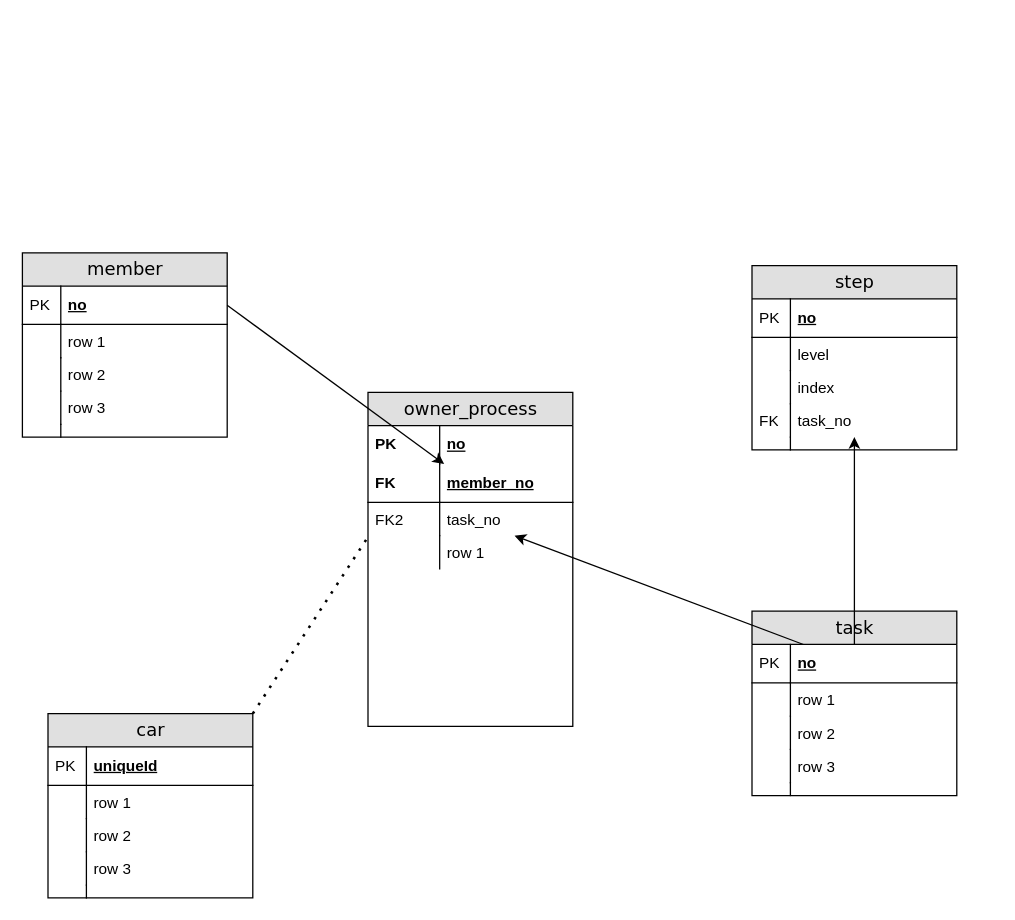
Above: 제목 없는 다이어그램.drawio in rlacoduf/draw.io (draw.io), before the change. Source tidied: cells renumbered, new cells numbered last; positions are measured from the earlier drawing's top-left corner, leaving out a move shared by most shapes. Both pictures are drawn from the tidied source at 128%, with x=0, y=0 at pixel (22, 252).
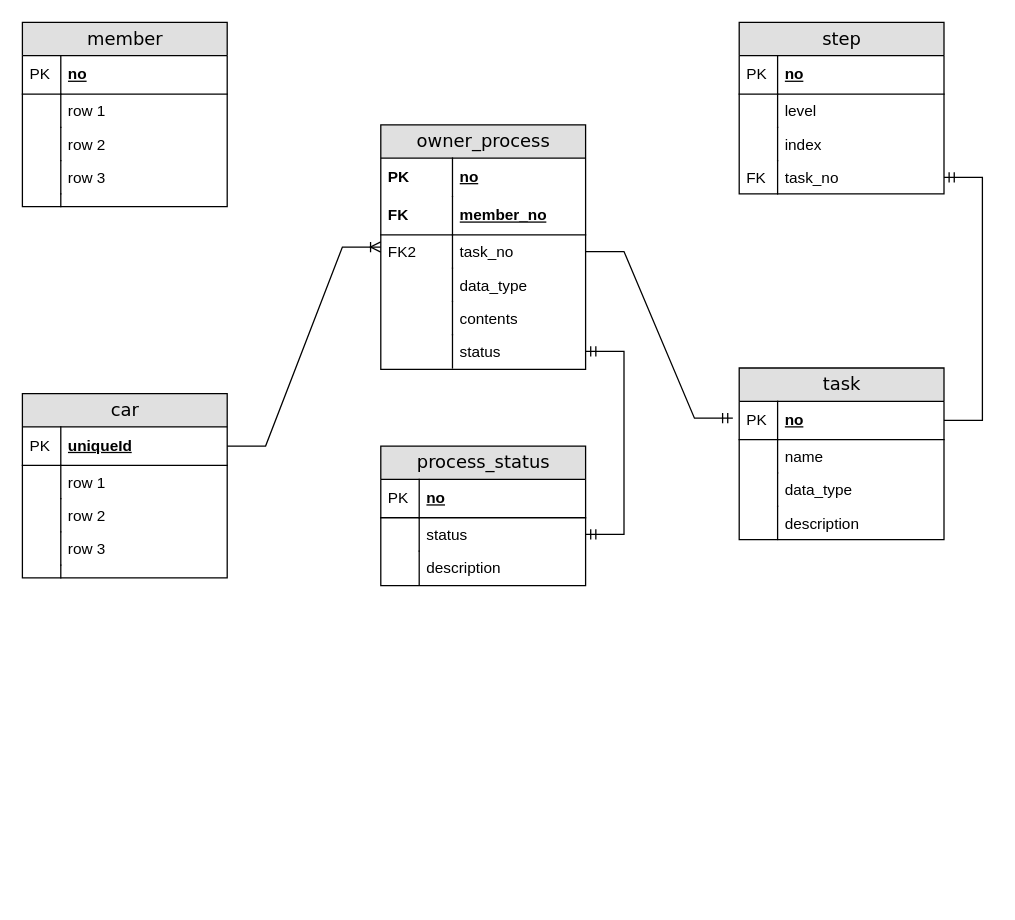
After the change.

Commit message:
제목 없는 다이어그램.drawio 업데이트

The change refers to these unchanged cells:
```xml
<mxCell id="5" value="member_no" style="shape=partialRectangle;top=0;left=0;right=0;bottom=1;html=1;align=left;verticalAlign=middle;fillColor=none;spacingLeft=60;spacingRight=4;whiteSpace=wrap;overflow=hidden;points=[[0,0.5],[1,0.5]];portConstraint=eastwest;fontStyle=5;" parent="2" vertex="1">
  <mxGeometry y="56" width="160" height="30" as="geometry" />
</mxCell>
<mxCell id="7" value="task_no" style="shape=partialRectangle;top=0;left=0;right=0;bottom=0;html=1;align=left;verticalAlign=top;fillColor=none;spacingLeft=60;spacingRight=4;whiteSpace=wrap;overflow=hidden;points=[[0,0.5],[1,0.5]];portConstraint=eastwest;" parent="2" vertex="1">
  <mxGeometry y="86" width="160" height="26" as="geometry" />
</mxCell>
<mxCell id="18" value="task_no" style="shape=partialRectangle;top=0;left=0;right=0;bottom=0;html=1;align=left;verticalAlign=top;fillColor=none;spacingLeft=34;spacingRight=4;whiteSpace=wrap;overflow=hidden;points=[[0,0.5],[1,0.5]];portConstraint=eastwest;" parent="11" vertex="1">
  <mxGeometry y="108" width="160" height="26" as="geometry" />
</mxCell>
<mxCell id="23" value="uniqueId" style="shape=partialRectangle;top=0;left=0;right=0;bottom=1;html=1;align=left;verticalAlign=middle;fillColor=none;spacingLeft=34;spacingRight=4;whiteSpace=wrap;overflow=hidden;points=[[0,0.5],[1,0.5]];portConstraint=eastwest;fontStyle=5;" parent="22" vertex="1">
  <mxGeometry y="26" width="160" height="30" as="geometry" />
</mxCell>
<mxCell id="34" value="no" style="shape=partialRectangle;top=0;left=0;right=0;bottom=1;html=1;align=left;verticalAlign=middle;fillColor=none;spacingLeft=34;spacingRight=4;whiteSpace=wrap;overflow=hidden;points=[[0,0.5],[1,0.5]];portConstraint=eastwest;fontStyle=5;" parent="33" vertex="1">
  <mxGeometry y="26" width="160" height="30" as="geometry" />
</mxCell>
<mxCell id="47" value="no" style="shape=partialRectangle;top=0;left=0;right=0;bottom=1;html=1;align=left;verticalAlign=middle;fillColor=none;spacingLeft=34;spacingRight=4;whiteSpace=wrap;overflow=hidden;points=[[0,0.5],[1,0.5]];portConstraint=eastwest;fontStyle=5;" parent="46" vertex="1">
  <mxGeometry y="26" width="160" height="30" as="geometry" />
</mxCell>
```

Change to the diagram source:
```diff
@@
     <mxCell id="2" value="owner_process" style="swimlane;html=1;fontStyle=0;horizontal=1;startSize=26;fillColor=#e0e0e0;swimlaneFillColor=#ffffff;align=center;rounded=0;shadow=0;comic=0;labelBackgroundColor=none;strokeWidth=1;fontFamily=Verdana;fontSize=14;" parent="1" vertex="1">
-      <mxGeometry x="270" y="109" width="160" height="261" as="geometry" />
+      <mxGeometry x="280" y="-100" width="160" height="191" as="geometry" />
     </mxCell>
@@
-    <mxCell id="9" value="row 1" style="shape=partialRectangle;top=0;left=0;right=0;bottom=0;html=1;align=left;verticalAlign=top;fillColor=none;spacingLeft=60;spacingRight=4;whiteSpace=wrap;overflow=hidden;" parent="2" vertex="1">
+    <mxCell id="9" value="data_type" style="shape=partialRectangle;top=0;left=0;right=0;bottom=0;html=1;align=left;verticalAlign=top;fillColor=none;spacingLeft=60;spacingRight=4;whiteSpace=wrap;overflow=hidden;" parent="2" vertex="1">
       <mxGeometry y="112" width="160" height="26" as="geometry" />
     </mxCell>
@@
+    <mxCell id="59" value="contents" style="shape=partialRectangle;top=0;left=0;right=0;bottom=0;html=1;align=left;verticalAlign=top;fillColor=none;spacingLeft=60;spacingRight=4;whiteSpace=wrap;overflow=hidden;" parent="2" vertex="1">
+      <mxGeometry y="138" width="160" height="26" as="geometry" />
+    </mxCell>
+    <mxCell id="60" style="shape=partialRectangle;top=0;left=0;bottom=0;html=1;fillColor=none;align=left;verticalAlign=top;spacingLeft=4;spacingRight=4;whiteSpace=wrap;overflow=hidden;" parent="59" vertex="1">
+      <mxGeometry width="56" height="26" as="geometry" />
+    </mxCell>
+    <mxCell id="61" value="status" style="shape=partialRectangle;top=0;left=0;right=0;bottom=0;html=1;align=left;verticalAlign=top;fillColor=none;spacingLeft=60;spacingRight=4;whiteSpace=wrap;overflow=hidden;points=[[0,0.5],[1,0.5]];portConstraint=eastwest;" parent="2" vertex="1">
+      <mxGeometry y="164" width="160" height="26" as="geometry" />
+    </mxCell>
+    <mxCell id="62" style="shape=partialRectangle;top=0;left=0;bottom=0;html=1;fillColor=none;align=left;verticalAlign=top;spacingLeft=4;spacingRight=4;whiteSpace=wrap;overflow=hidden;" parent="61" vertex="1">
+      <mxGeometry width="56" height="26" as="geometry" />
+    </mxCell>
     <mxCell id="11" value="step" style="swimlane;html=1;fontStyle=0;horizontal=1;startSize=26;fillColor=#e0e0e0;swimlaneFillColor=#ffffff;align=center;rounded=0;shadow=0;comic=0;labelBackgroundColor=none;strokeWidth=1;fontFamily=Verdana;fontSize=14;swimlaneLine=1;" parent="1" vertex="1">
-      <mxGeometry x="570" y="10" width="160" height="144" as="geometry" />
+      <mxGeometry x="560" y="-180" width="160" height="134" as="geometry" />
     </mxCell>
@@
-    <mxCell id="20" style="shape=partialRectangle;top=0;left=0;right=0;bottom=0;html=1;align=left;verticalAlign=top;fillColor=none;spacingLeft=34;spacingRight=4;whiteSpace=wrap;overflow=hidden;" parent="11" vertex="1">
-      <mxGeometry y="134" width="160" height="10" as="geometry" />
-    </mxCell>
-    <mxCell id="21" style="shape=partialRectangle;top=0;left=0;bottom=0;html=1;fillColor=none;align=left;verticalAlign=top;spacingLeft=4;spacingRight=4;whiteSpace=wrap;overflow=hidden;" parent="20" vertex="1">
-      <mxGeometry width="30" height="10" as="geometry" />
-    </mxCell>
     <mxCell id="22" value="car" style="swimlane;html=1;fontStyle=0;horizontal=1;startSize=26;fillColor=#e0e0e0;swimlaneFillColor=#ffffff;align=center;rounded=0;shadow=0;comic=0;labelBackgroundColor=none;strokeWidth=1;fontFamily=Verdana;fontSize=14;" parent="1" vertex="1">
-      <mxGeometry x="20" y="360" width="160" height="144" as="geometry" />
+      <mxGeometry y="110" width="160" height="144" as="geometry" />
     </mxCell>
@@
     <mxCell id="33" value="member" style="swimlane;html=1;fontStyle=0;horizontal=1;startSize=26;fillColor=#e0e0e0;swimlaneFillColor=#ffffff;align=center;rounded=0;shadow=0;comic=0;labelBackgroundColor=none;strokeWidth=1;fontFamily=Verdana;fontSize=14;" parent="1" vertex="1">
-      <mxGeometry width="160" height="144" as="geometry" />
+      <mxGeometry y="-180" width="160" height="144" as="geometry" />
     </mxCell>
@@
-    <mxCell id="44" style="endArrow=classic;html=1;rounded=0;exitX=1;exitY=0.5;exitDx=0;exitDy=0;" parent="1" edge="1" source="34" target="5">
-      <mxGeometry relative="1" as="geometry" />
-    </mxCell>
-    <mxCell id="45" style="endArrow=none;dashed=1;html=1;dashPattern=1 3;strokeWidth=2;rounded=0;exitX=1;exitY=0;exitDx=0;exitDy=0;entryX=0;entryY=1.038;entryDx=0;entryDy=0;entryPerimeter=0;" parent="1" edge="1" source="22">
-      <mxGeometry relative="1" as="geometry">
-        <mxPoint x="270" y="222" as="targetPoint" />
-      </mxGeometry>
-    </mxCell>
     <mxCell id="46" value="task" style="swimlane;html=1;fontStyle=0;horizontal=1;startSize=26;fillColor=#e0e0e0;swimlaneFillColor=#ffffff;align=center;rounded=0;shadow=0;comic=0;labelBackgroundColor=none;strokeWidth=1;fontFamily=Verdana;fontSize=14;swimlaneLine=1;" parent="1" vertex="1">
-      <mxGeometry x="570" y="280" width="160" height="144" as="geometry" />
+      <mxGeometry x="560" y="90" width="160" height="134" as="geometry" />
     </mxCell>
@@
-    <mxCell id="49" value="row 1" style="shape=partialRectangle;top=0;left=0;right=0;bottom=0;html=1;align=left;verticalAlign=top;fillColor=none;spacingLeft=34;spacingRight=4;whiteSpace=wrap;overflow=hidden;" parent="46" vertex="1">
+    <mxCell id="49" value="name" style="shape=partialRectangle;top=0;left=0;right=0;bottom=0;html=1;align=left;verticalAlign=top;fillColor=none;spacingLeft=34;spacingRight=4;whiteSpace=wrap;overflow=hidden;" parent="46" vertex="1">
       <mxGeometry y="56" width="160" height="26" as="geometry" />
     </mxCell>
@@
-    <mxCell id="51" value="row 2" style="shape=partialRectangle;top=0;left=0;right=0;bottom=0;html=1;align=left;verticalAlign=top;fillColor=none;spacingLeft=34;spacingRight=4;whiteSpace=wrap;overflow=hidden;" parent="46" vertex="1">
+    <mxCell id="51" value="data_type" style="shape=partialRectangle;top=0;left=0;right=0;bottom=0;html=1;align=left;verticalAlign=top;fillColor=none;spacingLeft=34;spacingRight=4;whiteSpace=wrap;overflow=hidden;" parent="46" vertex="1">
       <mxGeometry y="82" width="160" height="26" as="geometry" />
     </mxCell>
@@
-    <mxCell id="53" value="row 3" style="shape=partialRectangle;top=0;left=0;right=0;bottom=0;html=1;align=left;verticalAlign=top;fillColor=none;spacingLeft=34;spacingRight=4;whiteSpace=wrap;overflow=hidden;" parent="46" vertex="1">
+    <mxCell id="53" value="description" style="shape=partialRectangle;top=0;left=0;right=0;bottom=0;html=1;align=left;verticalAlign=top;fillColor=none;spacingLeft=34;spacingRight=4;whiteSpace=wrap;overflow=hidden;" parent="46" vertex="1">
       <mxGeometry y="108" width="160" height="26" as="geometry" />
     </mxCell>
@@
-    <mxCell id="55" style="shape=partialRectangle;top=0;left=0;right=0;bottom=0;html=1;align=left;verticalAlign=top;fillColor=none;spacingLeft=34;spacingRight=4;whiteSpace=wrap;overflow=hidden;" parent="46" vertex="1">
-      <mxGeometry y="134" width="160" height="10" as="geometry" />
-    </mxCell>
-    <mxCell id="56" style="shape=partialRectangle;top=0;left=0;bottom=0;html=1;fillColor=none;align=left;verticalAlign=top;spacingLeft=4;spacingRight=4;whiteSpace=wrap;overflow=hidden;" parent="55" vertex="1">
-      <mxGeometry width="30" height="10" as="geometry" />
-    </mxCell>
+    <mxCell id="63" value="process_status" style="swimlane;html=1;fontStyle=0;horizontal=1;startSize=26;fillColor=#e0e0e0;swimlaneFillColor=#ffffff;align=center;rounded=0;shadow=0;comic=0;labelBackgroundColor=none;strokeWidth=1;fontFamily=Verdana;fontSize=14;swimlaneLine=1;" parent="1" vertex="1">
+      <mxGeometry x="280" y="151" width="160" height="109" as="geometry" />
+    </mxCell>
+    <mxCell id="64" value="no" style="shape=partialRectangle;top=0;left=0;right=0;bottom=1;html=1;align=left;verticalAlign=middle;fillColor=none;spacingLeft=34;spacingRight=4;whiteSpace=wrap;overflow=hidden;fontStyle=5;" parent="63" vertex="1">
+      <mxGeometry y="26" width="160" height="30" as="geometry" />
+    </mxCell>
+    <mxCell id="65" value="PK" style="shape=partialRectangle;top=0;left=0;bottom=0;html=1;fillColor=none;align=left;verticalAlign=middle;spacingLeft=4;spacingRight=4;whiteSpace=wrap;overflow=hidden;" parent="64" vertex="1">
+      <mxGeometry width="30" height="30" as="geometry" />
+    </mxCell>
+    <mxCell id="66" value="status" style="shape=partialRectangle;top=0;left=0;right=0;bottom=0;html=1;align=left;verticalAlign=top;fillColor=none;spacingLeft=34;spacingRight=4;whiteSpace=wrap;overflow=hidden;points=[[0,0.5],[1,0.5]];portConstraint=eastwest;" parent="63" vertex="1">
+      <mxGeometry y="56" width="160" height="26" as="geometry" />
+    </mxCell>
+    <mxCell id="67" style="shape=partialRectangle;top=0;left=0;bottom=0;html=1;fillColor=none;align=left;verticalAlign=top;spacingLeft=4;spacingRight=4;whiteSpace=wrap;overflow=hidden;" parent="66" vertex="1">
+      <mxGeometry width="30" height="26" as="geometry" />
+    </mxCell>
+    <mxCell id="68" value="description" style="shape=partialRectangle;top=0;left=0;right=0;bottom=0;html=1;align=left;verticalAlign=top;fillColor=none;spacingLeft=34;spacingRight=4;whiteSpace=wrap;overflow=hidden;" parent="63" vertex="1">
+      <mxGeometry y="82" width="160" height="26" as="geometry" />
+    </mxCell>
+    <mxCell id="69" style="shape=partialRectangle;top=0;left=0;bottom=0;html=1;fillColor=none;align=left;verticalAlign=top;spacingLeft=4;spacingRight=4;whiteSpace=wrap;overflow=hidden;" parent="68" vertex="1">
+      <mxGeometry width="30" height="26" as="geometry" />
+    </mxCell>
+    <mxCell id="70" style="edgeStyle=entityRelationEdgeStyle;fontSize=12;html=1;endArrow=ERoneToMany;rounded=0;" parent="1" edge="1" source="23" target="2">
+      <mxGeometry relative="1" as="geometry" />
+    </mxCell>
+    <mxCell id="71" style="edgeStyle=entityRelationEdgeStyle;fontSize=12;html=1;endArrow=ERmandOne;startArrow=ERmandOne;rounded=0;entryX=1;entryY=0.5;entryDx=0;entryDy=0;" parent="1" edge="1" source="66" target="61">
+      <mxGeometry relative="1" as="geometry" />
+    </mxCell>
+    <mxCell id="72" style="edgeStyle=entityRelationEdgeStyle;fontSize=12;html=1;endArrow=ERmandOne;rounded=0;entryX=-0.031;entryY=0.439;entryDx=0;entryDy=0;entryPerimeter=0;" parent="1" edge="1" source="7" target="47">
+      <mxGeometry relative="1" as="geometry" />
+    </mxCell>
-    <mxCell id="57" style="endArrow=classic;html=1;rounded=0;" parent="1" edge="1" source="47" target="18">
+    <mxCell id="57" style="edgeStyle=entityRelationEdgeStyle;fontSize=12;html=1;endArrow=ERmandOne;rounded=0;entryX=1;entryY=0.5;entryDx=0;entryDy=0;exitX=1;exitY=0.5;exitDx=0;exitDy=0;" parent="1" edge="1" source="47" target="18">
       <mxGeometry relative="1" as="geometry" />
     </mxCell>
-    <mxCell id="58" style="endArrow=classic;html=1;rounded=0;" parent="1" edge="1" source="47" target="7">
-      <mxGeometry relative="1" as="geometry" />
-    </mxCell>
```
